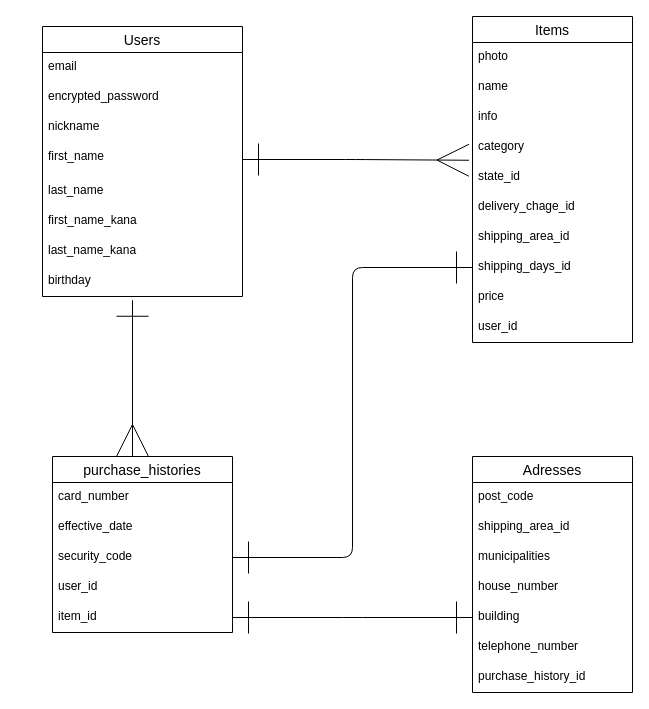
naoki39/furima-37393 keeps this draw.io diagram as er.dio. Above is the earlier version. Source tidied: cells renumbered, new cells numbered last; positions are measured from the earlier drawing's top-left corner, leaving out a move shared by most shapes. Both pictures are drawn from the tidied source at 100%, with x=0, y=0 at pixel (32, 16).
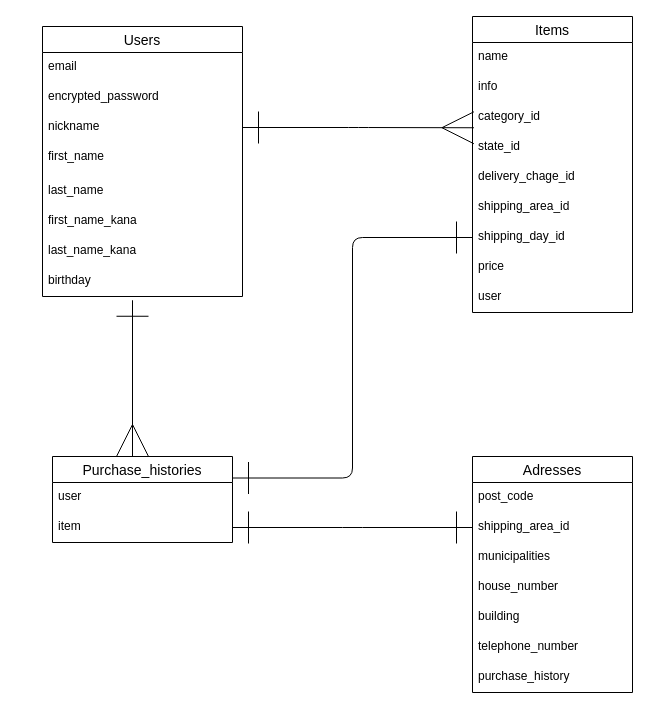
Above is the later version.

Commit message (it also covers changes not shown here):
ER図とREADMEの修正②

Unchanged cells that the change refers to:
```xml
<mxCell id="5" value="nickname" style="text;strokeColor=none;fillColor=none;spacingLeft=4;spacingRight=4;overflow=hidden;points=[[0,0.5],[1,0.5]];portConstraint=eastwest;fontSize=12;" parent="2" vertex="1">
  <mxGeometry y="86" width="200" height="30" as="geometry" />
</mxCell>
<mxCell id="6" value="first_name" style="text;strokeColor=none;fillColor=none;spacingLeft=4;spacingRight=4;overflow=hidden;points=[[0,0.5],[1,0.5]];portConstraint=eastwest;fontSize=12;" parent="2" vertex="1">
  <mxGeometry y="116" width="200" height="34" as="geometry" />
</mxCell>
<mxCell id="22" value="Adresses" style="swimlane;fontStyle=0;horizontal=1;startSize=26;align=center;fontSize=14;" parent="1" vertex="1">
  <mxGeometry x="440" y="440" width="160" height="236" as="geometry" />
</mxCell>
<mxCell id="24" value="shipping_area_id" style="text;strokeColor=none;fillColor=none;spacingLeft=4;spacingRight=4;overflow=hidden;points=[[0,0.5],[1,0.5]];portConstraint=eastwest;fontSize=12;" parent="22" vertex="1">
  <mxGeometry y="56" width="160" height="30" as="geometry" />
</mxCell>
<mxCell id="27" value="building" style="text;strokeColor=none;fillColor=none;spacingLeft=4;spacingRight=4;overflow=hidden;points=[[0,0.5],[1,0.5]];portConstraint=eastwest;fontSize=12;" parent="22" vertex="1">
  <mxGeometry y="146" width="160" height="30" as="geometry" />
</mxCell>
```

Diff of the diagram source:
```diff
@@
     <mxCell id="11" value="Items" style="swimlane;fontStyle=0;horizontal=1;startSize=26;align=center;fontSize=14;" parent="1" vertex="1">
-      <mxGeometry x="440" width="160" height="326" as="geometry" />
+      <mxGeometry x="440" width="160" height="296" as="geometry" />
     </mxCell>
-    <mxCell id="12" value="photo" style="text;strokeColor=none;fillColor=none;spacingLeft=4;spacingRight=4;overflow=hidden;fontSize=12;" parent="11" vertex="1">
-      <mxGeometry y="26" width="160" height="30" as="geometry" />
-    </mxCell>
     <mxCell id="13" value="name" style="text;strokeColor=none;fillColor=none;spacingLeft=4;spacingRight=4;overflow=hidden;fontSize=12;" parent="11" vertex="1">
-      <mxGeometry y="56" width="160" height="30" as="geometry" />
+      <mxGeometry y="26" width="160" height="30" as="geometry" />
     </mxCell>
     <mxCell id="14" value="info" style="text;strokeColor=none;fillColor=none;spacingLeft=4;spacingRight=4;overflow=hidden;fontSize=12;" parent="11" vertex="1">
-      <mxGeometry y="86" width="160" height="30" as="geometry" />
+      <mxGeometry y="56" width="160" height="30" as="geometry" />
     </mxCell>
-    <mxCell id="15" value="category" style="text;strokeColor=none;fillColor=none;spacingLeft=4;spacingRight=4;overflow=hidden;fontSize=12;" parent="11" vertex="1">
-      <mxGeometry y="116" width="160" height="30" as="geometry" />
+    <mxCell id="15" value="category_id" style="text;strokeColor=none;fillColor=none;spacingLeft=4;spacingRight=4;overflow=hidden;fontSize=12;" parent="11" vertex="1">
+      <mxGeometry y="86" width="160" height="30" as="geometry" />
     </mxCell>
     <mxCell id="16" value="state_id" style="text;strokeColor=none;fillColor=none;spacingLeft=4;spacingRight=4;overflow=hidden;points=[[0,0.5],[1,0.5]];portConstraint=eastwest;fontSize=12;" parent="11" vertex="1">
-      <mxGeometry y="146" width="160" height="30" as="geometry" />
+      <mxGeometry y="116" width="160" height="30" as="geometry" />
     </mxCell>
     <mxCell id="17" value="delivery_chage_id" style="text;strokeColor=none;fillColor=none;spacingLeft=4;spacingRight=4;overflow=hidden;fontSize=12;" parent="11" vertex="1">
-      <mxGeometry y="176" width="160" height="30" as="geometry" />
+      <mxGeometry y="146" width="160" height="30" as="geometry" />
     </mxCell>
     <mxCell id="18" value="shipping_area_id" style="text;strokeColor=none;fillColor=none;spacingLeft=4;spacingRight=4;overflow=hidden;fontSize=12;" parent="11" vertex="1">
-      <mxGeometry y="206" width="160" height="30" as="geometry" />
+      <mxGeometry y="176" width="160" height="30" as="geometry" />
     </mxCell>
-    <mxCell id="19" value="shipping_days_id" style="text;strokeColor=none;fillColor=none;spacingLeft=4;spacingRight=4;overflow=hidden;points=[[0,0.5],[1,0.5]];portConstraint=eastwest;fontSize=12;" parent="11" vertex="1">
-      <mxGeometry y="236" width="160" height="30" as="geometry" />
+    <mxCell id="19" value="shipping_day_id" style="text;strokeColor=none;fillColor=none;spacingLeft=4;spacingRight=4;overflow=hidden;points=[[0,0.5],[1,0.5]];portConstraint=eastwest;fontSize=12;" parent="11" vertex="1">
+      <mxGeometry y="206" width="160" height="30" as="geometry" />
     </mxCell>
     <mxCell id="20" value="price" style="text;strokeColor=none;fillColor=none;spacingLeft=4;spacingRight=4;overflow=hidden;fontSize=12;" parent="11" vertex="1">
-      <mxGeometry y="266" width="160" height="30" as="geometry" />
+      <mxGeometry y="236" width="160" height="30" as="geometry" />
     </mxCell>
-    <mxCell id="21" value="user_id" style="text;strokeColor=none;fillColor=none;spacingLeft=4;spacingRight=4;overflow=hidden;fontSize=12;" parent="11" vertex="1">
-      <mxGeometry y="296" width="160" height="30" as="geometry" />
+    <mxCell id="21" value="user" style="text;strokeColor=none;fillColor=none;spacingLeft=4;spacingRight=4;overflow=hidden;fontSize=12;" parent="11" vertex="1">
+      <mxGeometry y="266" width="160" height="30" as="geometry" />
     </mxCell>
@@
-    <mxCell id="29" value="purchase_history_id" style="text;strokeColor=none;fillColor=none;spacingLeft=4;spacingRight=4;overflow=hidden;fontSize=12;" parent="22" vertex="1">
+    <mxCell id="29" value="purchase_history" style="text;strokeColor=none;fillColor=none;spacingLeft=4;spacingRight=4;overflow=hidden;fontSize=12;" parent="22" vertex="1">
       <mxGeometry y="206" width="160" height="30" as="geometry" />
     </mxCell>
@@
+    <mxCell id="41" style="edgeStyle=elbowEdgeStyle;sketch=0;html=1;exitX=1;exitY=0.25;exitDx=0;exitDy=0;entryX=0;entryY=0.5;entryDx=0;entryDy=0;startArrow=ERone;startFill=0;endArrow=ERone;endFill=0;startSize=30;endSize=30;sourcePerimeterSpacing=0;strokeWidth=1;" parent="1" edge="1" source="31" target="19">
+      <mxGeometry relative="1" as="geometry" />
+    </mxCell>
-    <mxCell id="31" value="purchase_histories" style="swimlane;fontStyle=0;horizontal=1;startSize=26;align=center;fontSize=14;" parent="1" vertex="1">
-      <mxGeometry x="20" y="440" width="180" height="176" as="geometry" />
+    <mxCell id="31" value="Purchase_histories" style="swimlane;fontStyle=0;horizontal=1;startSize=26;align=center;fontSize=14;" parent="1" vertex="1">
+      <mxGeometry x="20" y="440" width="180" height="86" as="geometry" />
     </mxCell>
-    <mxCell id="32" value="card_number" style="text;strokeColor=none;fillColor=none;spacingLeft=4;spacingRight=4;overflow=hidden;fontSize=12;" parent="31" vertex="1">
-      <mxGeometry y="26" width="180" height="30" as="geometry" />
-    </mxCell>
-    <mxCell id="33" value="effective_date" style="text;strokeColor=none;fillColor=none;spacingLeft=4;spacingRight=4;overflow=hidden;fontSize=12;" parent="31" vertex="1">
-      <mxGeometry y="56" width="180" height="30" as="geometry" />
-    </mxCell>
-    <mxCell id="34" value="security_code" style="text;strokeColor=none;fillColor=none;spacingLeft=4;spacingRight=4;overflow=hidden;points=[[0,0.5],[1,0.5]];portConstraint=eastwest;fontSize=12;" parent="31" vertex="1">
-      <mxGeometry y="86" width="180" height="30" as="geometry" />
-    </mxCell>
-    <mxCell id="35" value="user_id" style="text;strokeColor=none;fillColor=none;spacingLeft=4;spacingRight=4;overflow=hidden;fontSize=12;" parent="31" vertex="1">
-      <mxGeometry y="116" width="180" height="30" as="geometry" />
+    <mxCell id="35" value="user" style="text;strokeColor=none;fillColor=none;spacingLeft=4;spacingRight=4;overflow=hidden;fontSize=12;" parent="31" vertex="1">
+      <mxGeometry y="26" width="180" height="30" as="geometry" />
     </mxCell>
-    <mxCell id="36" value="item_id" style="text;strokeColor=none;fillColor=none;spacingLeft=4;spacingRight=4;overflow=hidden;points=[[0,0.5],[1,0.5]];portConstraint=eastwest;fontSize=12;" parent="31" vertex="1">
-      <mxGeometry y="146" width="180" height="30" as="geometry" />
+    <mxCell id="36" value="item" style="text;strokeColor=none;fillColor=none;spacingLeft=4;spacingRight=4;overflow=hidden;points=[[0,0.5],[1,0.5]];portConstraint=eastwest;fontSize=12;" parent="31" vertex="1">
+      <mxGeometry y="56" width="180" height="30" as="geometry" />
     </mxCell>
-    <mxCell id="37" style="edgeStyle=orthogonalEdgeStyle;sketch=0;html=1;exitX=0;exitY=0.5;exitDx=0;exitDy=0;startArrow=ERmany;startFill=0;endArrow=ERone;endFill=0;startSize=30;endSize=30;sourcePerimeterSpacing=0;strokeColor=none;strokeWidth=1;" parent="1" edge="1">
-      <mxGeometry relative="1" as="geometry">
-        <mxPoint x="200" y="568" as="sourcePoint" />
-        <mxPoint y="240" as="targetPoint" />
-      </mxGeometry>
-    </mxCell>
-    <mxCell id="38" style="edgeStyle=elbowEdgeStyle;sketch=0;html=1;exitX=1;exitY=0.5;exitDx=0;exitDy=0;entryX=-0.022;entryY=-0.075;entryDx=0;entryDy=0;entryPerimeter=0;startArrow=ERone;startFill=0;endArrow=ERmany;endFill=0;startSize=30;endSize=30;sourcePerimeterSpacing=0;strokeWidth=1;" parent="1" edge="1" source="6" target="16">
-      <mxGeometry relative="1" as="geometry" />
-    </mxCell>
-    <mxCell id="39" style="edgeStyle=elbowEdgeStyle;sketch=0;html=1;exitX=1;exitY=0.5;exitDx=0;exitDy=0;entryX=0;entryY=0.5;entryDx=0;entryDy=0;startArrow=ERone;startFill=0;endArrow=ERone;endFill=0;startSize=30;endSize=30;sourcePerimeterSpacing=0;strokeWidth=1;" parent="1" edge="1" source="34" target="19">
-      <mxGeometry relative="1" as="geometry" />
-    </mxCell>
-    <mxCell id="40" style="edgeStyle=elbowEdgeStyle;sketch=0;html=1;exitX=1;exitY=0.5;exitDx=0;exitDy=0;entryX=0;entryY=0.5;entryDx=0;entryDy=0;startArrow=ERone;startFill=0;endArrow=ERone;endFill=0;startSize=30;endSize=30;sourcePerimeterSpacing=0;strokeWidth=1;" parent="1" edge="1" source="36" target="27">
-      <mxGeometry relative="1" as="geometry" />
-    </mxCell>
+    <mxCell id="42" style="edgeStyle=elbowEdgeStyle;sketch=0;html=1;exitX=1;exitY=0.5;exitDx=0;exitDy=0;entryX=0;entryY=0.5;entryDx=0;entryDy=0;startArrow=ERone;startFill=0;endArrow=ERone;endFill=0;startSize=30;endSize=30;sourcePerimeterSpacing=0;strokeWidth=1;" parent="1" edge="1" source="36" target="24">
+      <mxGeometry relative="1" as="geometry" />
+    </mxCell>
+    <mxCell id="43" style="edgeStyle=elbowEdgeStyle;sketch=0;html=1;exitX=1;exitY=0.5;exitDx=0;exitDy=0;entryX=0.009;entryY=-0.158;entryDx=0;entryDy=0;entryPerimeter=0;startArrow=ERone;startFill=0;endArrow=ERmany;endFill=0;startSize=30;endSize=30;sourcePerimeterSpacing=0;strokeWidth=1;" parent="1" edge="1" source="5" target="16">
+      <mxGeometry relative="1" as="geometry" />
+    </mxCell>
```
